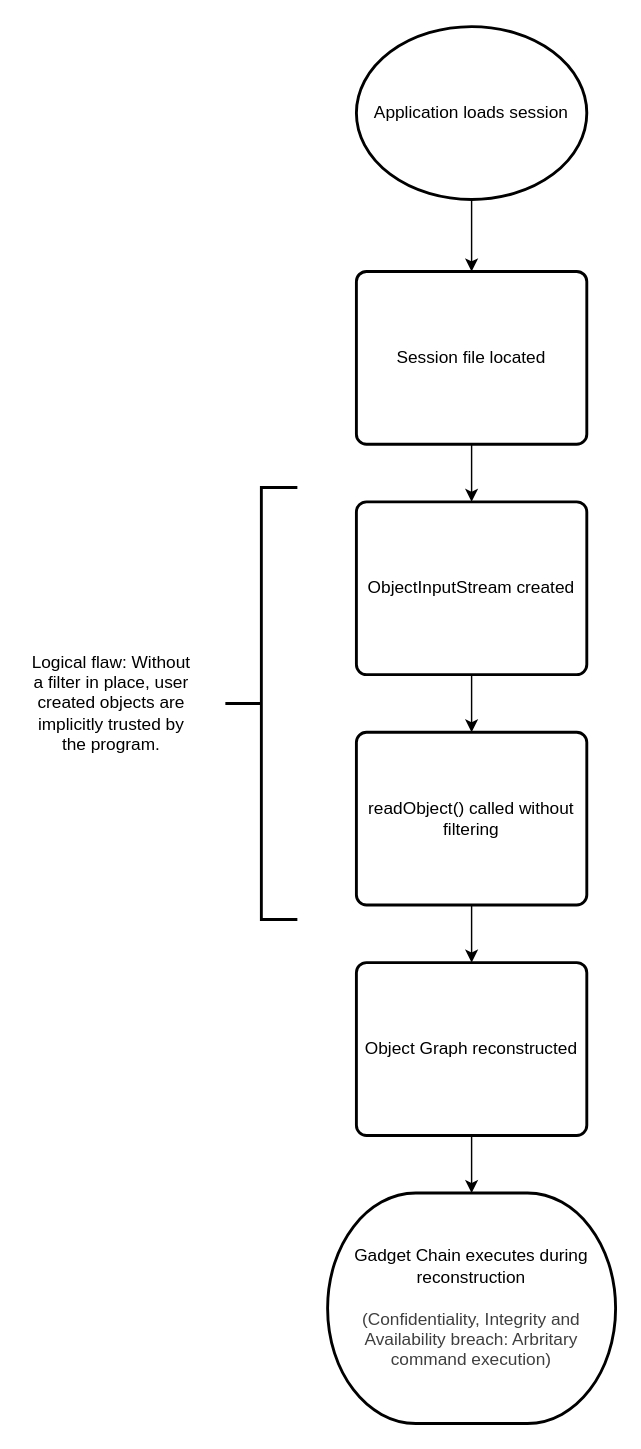
This is page "Vulnerable Implementation Flow" (1 of 2) of Assignment Notes and Code/2 Unsafe Java Deserialisation or Software Integrity/javadeserealisationdiagram.drawio from aimlessaugustus/CT6042-Secure-Coding, a draw.io file, before an edit. Source tidied: cells renumbered, new cells numbered last; positions are measured from the earlier drawing's top-left corner, leaving out a move shared by most shapes. Both pictures are drawn from the tidied source at 144%, with x=0, y=0 at pixel (24, 26).
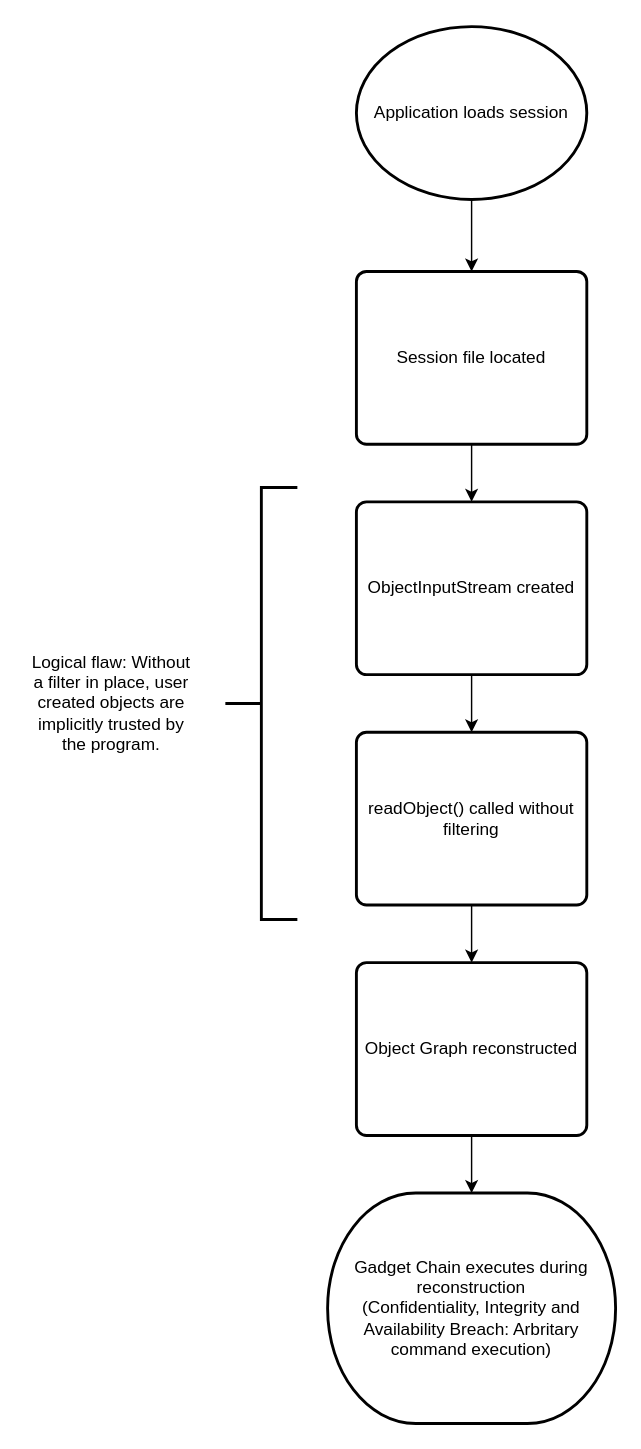
The same page after the edit.

Commit message:
docs: updated java diagram

Change to the diagram source:
```diff
@@
 <mxGraphModel background="light-dark(#ffffff, #121212)">
   <root>
     <mxCell id="0" />
     <mxCell id="1" parent="0" />
     <mxCell id="2" style="edgeStyle=none;html=1;exitX=0.5;exitY=1;exitDx=0;exitDy=0;exitPerimeter=0;entryX=0.5;entryY=0;entryDx=0;entryDy=0;" parent="1" edge="1" source="3" target="5">
       <mxGeometry relative="1" as="geometry" />
     </mxCell>
     <mxCell id="3" value="Application loads session" style="strokeWidth=2;html=1;shape=mxgraph.flowchart.start_1;whiteSpace=wrap;" parent="1" vertex="1">
       <mxGeometry x="230" width="160" height="120" as="geometry" />
     </mxCell>
     <mxCell id="4" style="edgeStyle=none;html=1;exitX=0.5;exitY=1;exitDx=0;exitDy=0;entryX=0.5;entryY=0;entryDx=0;entryDy=0;" parent="1" edge="1" source="5" target="10">
       <mxGeometry relative="1" as="geometry" />
     </mxCell>
     <mxCell id="5" value="Session file located" style="rounded=1;whiteSpace=wrap;html=1;absoluteArcSize=1;arcSize=14;strokeWidth=2;" parent="1" vertex="1">
       <mxGeometry x="230" y="170" width="160" height="120" as="geometry" />
     </mxCell>
     <mxCell id="6" style="edgeStyle=none;html=1;" parent="1" edge="1" source="7" target="14">
       <mxGeometry relative="1" as="geometry" />
     </mxCell>
     <mxCell id="7" value="readObject() called without filtering" style="rounded=1;whiteSpace=wrap;html=1;absoluteArcSize=1;arcSize=14;strokeWidth=2;" parent="1" vertex="1">
       <mxGeometry x="230" y="490" width="160" height="120" as="geometry" />
     </mxCell>
-    <mxCell id="8" value="&lt;div&gt;&lt;span&gt;Gadget Chain executes during reconstruction&lt;/span&gt;&lt;/div&gt;&lt;div&gt;&lt;br&gt;&lt;/div&gt;&lt;div&gt;&lt;span style=&quot;color: rgb(63, 63, 63); background-color: transparent;&quot;&gt;(Confidentiality, Integrity and Availability breach: Arbritary command execution)&lt;/span&gt;&lt;/div&gt;" style="strokeWidth=2;html=1;shape=mxgraph.flowchart.terminator;whiteSpace=wrap;" parent="1" vertex="1">
+    <mxCell id="8" value="Gadget Chain executes during reconstruction&lt;div&gt;(Confidentiality, Integrity and Availability Breach: Arbritary command execution)&lt;/div&gt;" style="strokeWidth=2;html=1;shape=mxgraph.flowchart.terminator;whiteSpace=wrap;" parent="1" vertex="1">
       <mxGeometry x="210" y="810" width="200" height="160" as="geometry" />
     </mxCell>
     <mxCell id="9" style="edgeStyle=none;html=1;exitX=0.5;exitY=1;exitDx=0;exitDy=0;entryX=0.5;entryY=0;entryDx=0;entryDy=0;" parent="1" edge="1" source="10" target="7">
       <mxGeometry relative="1" as="geometry" />
     </mxCell>
     <mxCell id="10" value="ObjectInputStream created" style="rounded=1;whiteSpace=wrap;html=1;absoluteArcSize=1;arcSize=14;strokeWidth=2;" parent="1" vertex="1">
       <mxGeometry x="230" y="330" width="160" height="120" as="geometry" />
     </mxCell>
     <mxCell id="11" style="strokeWidth=2;html=1;shape=mxgraph.flowchart.annotation_2;align=left;labelPosition=right;" parent="1" vertex="1">
       <mxGeometry x="139" y="320" width="50" height="300" as="geometry" />
     </mxCell>
     <mxCell id="12" value="Logical flaw: Without a filter in place, user created objects are implicitly trusted by the program." style="text;html=1;whiteSpace=wrap;strokeColor=none;fillColor=none;align=center;verticalAlign=middle;rounded=0;" parent="1" vertex="1">
       <mxGeometry y="390" width="120" height="160" as="geometry" />
     </mxCell>
     <mxCell id="13" style="edgeStyle=none;html=1;entryX=0.5;entryY=0;entryDx=0;entryDy=0;entryPerimeter=0;" parent="1" edge="1" source="14" target="8">
       <mxGeometry relative="1" as="geometry" />
     </mxCell>
     <mxCell id="14" value="Object Graph reconstructed" style="rounded=1;whiteSpace=wrap;html=1;absoluteArcSize=1;arcSize=14;strokeWidth=2;" parent="1" vertex="1">
       <mxGeometry x="230" y="650" width="160" height="120" as="geometry" />
     </mxCell>
   </root>
 </mxGraphModel>
```
